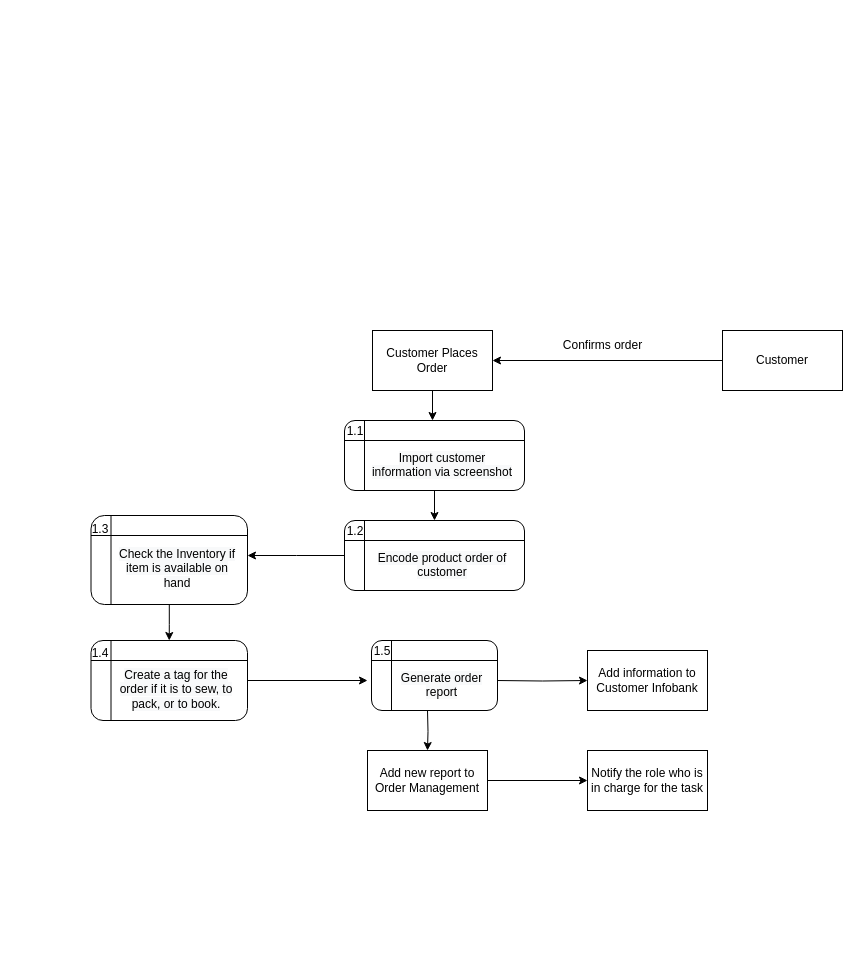
Earlier version of the draw.io diagram page "Revision Level 2 DFD (Order Queue List)" (3 of 9) of DFD DIAGRAMS.drawio (BryanFabellore/Team_SPOTLIGHT). Source tidied: cells renumbered, new cells numbered last; positions are measured from the earlier drawing's top-left corner, leaving out a move shared by most shapes. Both pictures are drawn from the tidied source at 100%, with x=0, y=0 at pixel (87, 330).
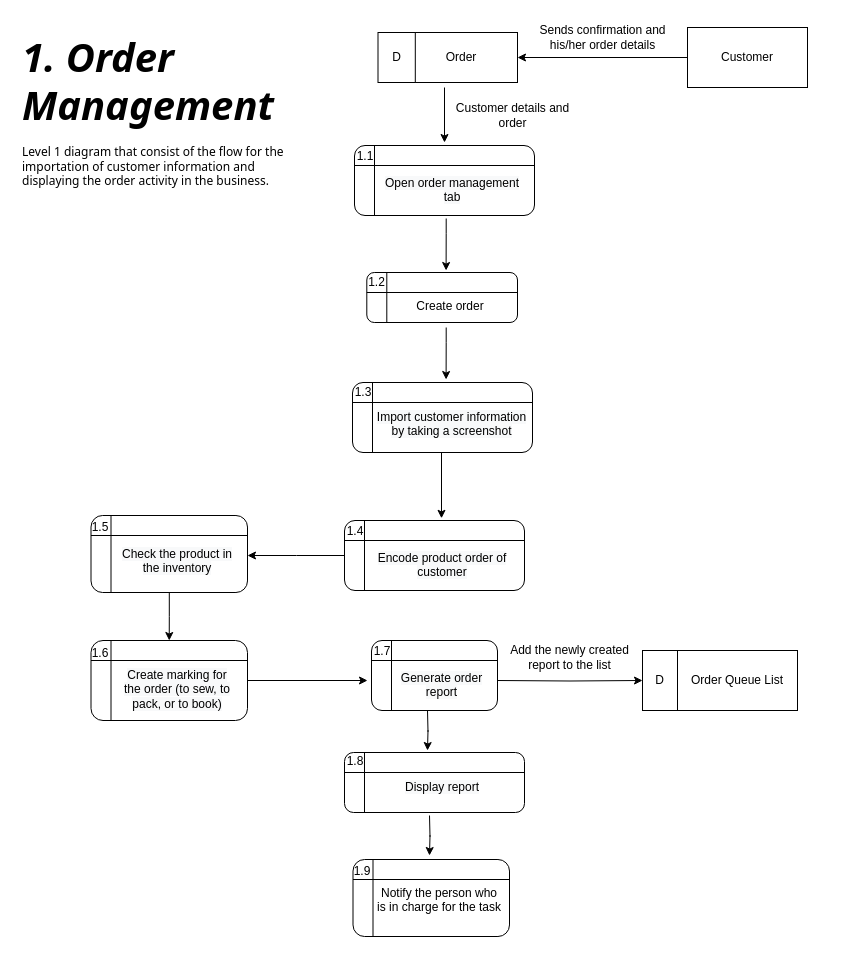
The same page after the edit.

The change refers to these unchanged cells:
```xml
<mxCell id="14" style="shape=internalStorage;whiteSpace=wrap;html=1;backgroundOutline=1;rounded=1;strokeColor=default;fontFamily=Helvetica;fontSize=12;fontColor=default;fillColor=#FFFFFF;" parent="13" vertex="1">
  <mxGeometry x="4" width="180" height="70" as="geometry" />
</mxCell>
<mxCell id="17" style="group;" parent="1" vertex="1">
  <mxGeometry x="253" y="190" width="184" height="70" as="geometry" />
</mxCell>
<mxCell id="18" style="shape=internalStorage;whiteSpace=wrap;html=1;backgroundOutline=1;rounded=1;strokeColor=default;fontFamily=Helvetica;fontSize=12;fontColor=default;fillColor=#FFFFFF;" parent="17" vertex="1">
  <mxGeometry x="4" width="180" height="70" as="geometry" />
</mxCell>
<mxCell id="26" style="group;" parent="1" vertex="1">
  <mxGeometry y="310" width="160" height="80" as="geometry" />
</mxCell>
```

Change to the diagram source:
```diff
@@
-    <mxCell id="2" style="edgeStyle=orthogonalEdgeStyle;rounded=0;jettySize=auto;html=1;exitX=0.5;exitY=1;exitDx=0;exitDy=0;entryX=0.5;entryY=0;entryDx=0;entryDy=0;" parent="1" edge="1" source="3">
-      <mxGeometry relative="1" as="geometry">
-        <mxPoint x="345" y="90" as="targetPoint" />
-      </mxGeometry>
-    </mxCell>
-    <mxCell id="3" value="Customer Places Order" style="rounded=0;whiteSpace=wrap;html=1;strokeColor=default;fontFamily=Helvetica;fontSize=12;fontColor=default;fillColor=#FFFFFF;" parent="1" vertex="1">
-      <mxGeometry x="285" width="120" height="60" as="geometry" />
-    </mxCell>
+    <mxCell id="36" style="edgeStyle=orthogonalEdgeStyle;rounded=0;orthogonalLoop=1;jettySize=auto;html=1;exitX=0.5;exitY=1;exitDx=0;exitDy=0;" parent="1" edge="1">
+      <mxGeometry relative="1" as="geometry">
+        <mxPoint x="357" y="-243" as="sourcePoint" />
+        <mxPoint x="357" y="-188" as="targetPoint" />
+      </mxGeometry>
+    </mxCell>
-    <mxCell id="4" style="edgeStyle=orthogonalEdgeStyle;rounded=0;jettySize=auto;html=1;exitX=0.5;exitY=1;exitDx=0;exitDy=0;entryX=0.5;entryY=0;entryDx=0;entryDy=0;" parent="1" edge="1" target="6">
+    <mxCell id="4" style="edgeStyle=orthogonalEdgeStyle;rounded=0;orthogonalLoop=1;jettySize=auto;html=1;exitX=0.5;exitY=1;exitDx=0;exitDy=0;entryX=0.5;entryY=0;entryDx=0;entryDy=0;" parent="1" edge="1">
       <mxGeometry relative="1" as="geometry">
         <mxPoint x="340" y="380" as="sourcePoint" />
+        <mxPoint x="340" y="420" as="targetPoint" />
       </mxGeometry>
     </mxCell>
-    <mxCell id="5" style="edgeStyle=orthogonalEdgeStyle;rounded=0;jettySize=auto;html=1;exitX=1;exitY=0.5;exitDx=0;exitDy=0;entryX=0;entryY=0.5;entryDx=0;entryDy=0;" parent="1" edge="1" source="6" target="9">
-      <mxGeometry relative="1" as="geometry" />
-    </mxCell>
-    <mxCell id="6" value="Add new report to Order Management" style="rounded=0;whiteSpace=wrap;html=1;strokeColor=default;fontFamily=Helvetica;fontSize=12;fontColor=default;fillColor=#FFFFFF;" parent="1" vertex="1">
-      <mxGeometry x="280" y="420" width="120" height="60" as="geometry" />
-    </mxCell>
@@
-    <mxCell id="8" value="Add information to Customer Infobank" style="rounded=0;whiteSpace=wrap;html=1;strokeColor=default;fontFamily=Helvetica;fontSize=12;fontColor=default;fillColor=#FFFFFF;" parent="1" vertex="1">
-      <mxGeometry x="500" y="320" width="120" height="60" as="geometry" />
+    <mxCell id="8" value="D" style="rounded=0;whiteSpace=wrap;html=1;strokeColor=default;fontFamily=Helvetica;fontSize=12;fontColor=default;fillColor=#FFFFFF;align=center;" parent="1" vertex="1">
+      <mxGeometry x="555" y="320" width="35" height="60" as="geometry" />
     </mxCell>
-    <mxCell id="9" value="Notify the role who is in charge for the task" style="rounded=0;whiteSpace=wrap;html=1;strokeColor=default;fontFamily=Helvetica;fontSize=12;fontColor=default;fillColor=#FFFFFF;" parent="1" vertex="1">
-      <mxGeometry x="500" y="420" width="120" height="60" as="geometry" />
-    </mxCell>
@@
-    <mxCell id="11" value="1.5" style="text;html=1;strokeColor=none;fillColor=none;align=center;verticalAlign=middle;whiteSpace=wrap;rounded=0;" parent="1" vertex="1">
+    <mxCell id="11" value="1.7" style="text;html=1;strokeColor=none;fillColor=none;align=center;verticalAlign=middle;whiteSpace=wrap;rounded=0;" parent="1" vertex="1">
       <mxGeometry x="280" y="311" width="30" height="20" as="geometry" />
     </mxCell>
@@
     <mxCell id="13" style="group;" parent="1" vertex="1">
-      <mxGeometry x="253" y="90" width="184" height="70" as="geometry" />
+      <mxGeometry x="263" y="-185" width="184" height="70" as="geometry" />
     </mxCell>
@@
-    <mxCell id="16" value="&lt;span style=&quot;color: rgb(0, 0, 0); font-family: Helvetica; font-size: 12px; font-style: normal; font-variant-ligatures: normal; font-variant-caps: normal; font-weight: 400; letter-spacing: normal; orphans: 2; text-indent: 0px; text-transform: none; widows: 2; word-spacing: 0px; -webkit-text-stroke-width: 0px; background-color: rgb(248, 249, 250); text-decoration-thickness: initial; text-decoration-style: initial; text-decoration-color: initial; float: none; display: inline !important;&quot;&gt;Import customer information via screenshot&lt;/span&gt;" style="text;whiteSpace=wrap;html=1;align=center;" parent="13" vertex="1">
+    <mxCell id="16" value="&lt;span style=&quot;color: rgb(0, 0, 0); font-family: Helvetica; font-size: 12px; font-style: normal; font-variant-ligatures: normal; font-variant-caps: normal; font-weight: 400; letter-spacing: normal; orphans: 2; text-indent: 0px; text-transform: none; widows: 2; word-spacing: 0px; -webkit-text-stroke-width: 0px; background-color: rgb(248, 249, 250); text-decoration-thickness: initial; text-decoration-style: initial; text-decoration-color: initial; float: none; display: inline !important;&quot;&gt;Open order management tab&lt;/span&gt;" style="text;whiteSpace=wrap;html=1;align=center;" parent="13" vertex="1">
       <mxGeometry x="27" y="24" width="150" height="40" as="geometry" />
     </mxCell>
@@
-    <mxCell id="19" value="1.2" style="text;html=1;strokeColor=none;fillColor=none;align=center;verticalAlign=middle;whiteSpace=wrap;rounded=0;" parent="17" vertex="1">
+    <mxCell id="19" value="1.4" style="text;html=1;strokeColor=none;fillColor=none;align=center;verticalAlign=middle;whiteSpace=wrap;rounded=0;" parent="17" vertex="1">
       <mxGeometry y="1" width="30" height="20" as="geometry" />
     </mxCell>
@@
-    <mxCell id="21" style="edgeStyle=orthogonalEdgeStyle;rounded=0;jettySize=auto;html=1;exitX=0.5;exitY=1;exitDx=0;exitDy=0;entryX=0.5;entryY=0;entryDx=0;entryDy=0;" parent="1" edge="1" source="14" target="18">
-      <mxGeometry relative="1" as="geometry" />
-    </mxCell>
     <mxCell id="22" style="group;" parent="1" vertex="1">
-      <mxGeometry y="185" width="160" height="89" as="geometry" />
+      <mxGeometry y="185" width="160" height="77" as="geometry" />
     </mxCell>
     <mxCell id="23" style="shape=internalStorage;whiteSpace=wrap;html=1;backgroundOutline=1;rounded=1;strokeColor=default;fontFamily=Helvetica;fontSize=12;fontColor=default;fillColor=#FFFFFF;" parent="22" vertex="1">
-      <mxGeometry x="3.5" width="156.5" height="89" as="geometry" />
+      <mxGeometry x="3.5" width="156.5" height="77" as="geometry" />
     </mxCell>
-    <mxCell id="24" value="1.3" style="text;html=1;strokeColor=none;fillColor=none;align=center;verticalAlign=middle;whiteSpace=wrap;rounded=0;" parent="22" vertex="1">
-      <mxGeometry y="1.3" width="26.1" height="25.4" as="geometry" />
+    <mxCell id="24" value="1.5" style="text;html=1;strokeColor=none;fillColor=none;align=center;verticalAlign=middle;whiteSpace=wrap;rounded=0;" parent="22" vertex="1">
+      <mxGeometry y="1.1" width="26.1" height="22" as="geometry" />
     </mxCell>
-    <mxCell id="25" value="&lt;span style=&quot;color: rgb(0, 0, 0); font-family: Helvetica; font-size: 12px; font-style: normal; font-variant-ligatures: normal; font-variant-caps: normal; font-weight: 400; letter-spacing: normal; orphans: 2; text-indent: 0px; text-transform: none; widows: 2; word-spacing: 0px; -webkit-text-stroke-width: 0px; background-color: rgb(248, 249, 250); text-decoration-thickness: initial; text-decoration-style: initial; text-decoration-color: initial; float: none; display: inline !important;&quot;&gt;Check the Inventory if item is available on hand&lt;/span&gt;" style="text;whiteSpace=wrap;html=1;align=center;" parent="22" vertex="1">
-      <mxGeometry x="25.2" y="25.3" width="130.4" height="50.9" as="geometry" />
+    <mxCell id="25" value="&lt;span style=&quot;color: rgb(0, 0, 0); font-family: Helvetica; font-size: 12px; font-style: normal; font-variant-ligatures: normal; font-variant-caps: normal; font-weight: 400; letter-spacing: normal; orphans: 2; text-indent: 0px; text-transform: none; widows: 2; word-spacing: 0px; -webkit-text-stroke-width: 0px; background-color: rgb(248, 249, 250); text-decoration-thickness: initial; text-decoration-style: initial; text-decoration-color: initial; float: none; display: inline !important;&quot;&gt;Check the product in the inventory&lt;/span&gt;" style="text;whiteSpace=wrap;html=1;align=center;" parent="22" vertex="1">
+      <mxGeometry x="25.2" y="24.9" width="130.4" height="44" as="geometry" />
     </mxCell>
@@
-    <mxCell id="28" value="1.4" style="text;html=1;strokeColor=none;fillColor=none;align=center;verticalAlign=middle;whiteSpace=wrap;rounded=0;" parent="26" vertex="1">
+    <mxCell id="28" value="1.6" style="text;html=1;strokeColor=none;fillColor=none;align=center;verticalAlign=middle;whiteSpace=wrap;rounded=0;" parent="26" vertex="1">
       <mxGeometry y="1.1" width="26.1" height="22.9" as="geometry" />
     </mxCell>
-    <mxCell id="29" value="&lt;span style=&quot;color: rgb(0, 0, 0); font-family: Helvetica; font-size: 12px; font-style: normal; font-variant-ligatures: normal; font-variant-caps: normal; font-weight: 400; letter-spacing: normal; orphans: 2; text-indent: 0px; text-transform: none; widows: 2; word-spacing: 0px; -webkit-text-stroke-width: 0px; background-color: rgb(248, 249, 250); text-decoration-thickness: initial; text-decoration-style: initial; text-decoration-color: initial; float: none; display: inline !important;&quot;&gt;Create a tag for the order if it is to sew, to pack, or to book.&lt;/span&gt;" style="text;whiteSpace=wrap;html=1;align=center;" parent="26" vertex="1">
+    <mxCell id="29" value="&lt;span style=&quot;color: rgb(0, 0, 0); font-family: Helvetica; font-size: 12px; font-style: normal; font-variant-ligatures: normal; font-variant-caps: normal; font-weight: 400; letter-spacing: normal; orphans: 2; text-indent: 0px; text-transform: none; widows: 2; word-spacing: 0px; -webkit-text-stroke-width: 0px; background-color: rgb(248, 249, 250); text-decoration-thickness: initial; text-decoration-style: initial; text-decoration-color: initial; float: none; display: inline !important;&quot;&gt;Create marking for the order (to sew, to pack, or to book)&lt;/span&gt;" style="text;whiteSpace=wrap;html=1;align=center;" parent="26" vertex="1">
       <mxGeometry x="31.5" y="21.4" width="115.7" height="45.7" as="geometry" />
     </mxCell>
@@
-    <mxCell id="33" style="edgeStyle=orthogonalEdgeStyle;rounded=0;jettySize=auto;html=1;" parent="1" edge="1" source="34" target="3">
-      <mxGeometry relative="1" as="geometry" />
+    <mxCell id="33" style="edgeStyle=orthogonalEdgeStyle;rounded=0;jettySize=auto;html=1;" parent="1" edge="1" source="34">
+      <mxGeometry relative="1" as="geometry">
+        <mxPoint x="430" y="-273" as="targetPoint" />
+      </mxGeometry>
     </mxCell>
     <mxCell id="34" value="Customer" style="rounded=0;whiteSpace=wrap;html=1;strokeColor=default;fontFamily=Helvetica;fontSize=12;fontColor=default;fillColor=#FFFFFF;" parent="1" vertex="1">
-      <mxGeometry x="635" width="120" height="60" as="geometry" />
+      <mxGeometry x="600" y="-303" width="120" height="60" as="geometry" />
     </mxCell>
-    <mxCell id="35" value="Confirms order" style="text;html=1;align=center;verticalAlign=middle;strokeColor=none;fillColor=none;" parent="1" vertex="1">
-      <mxGeometry x="465" width="100" height="30" as="geometry" />
+    <mxCell id="35" value="Sends confirmation and&lt;br&gt;his/her order details" style="text;html=1;align=center;verticalAlign=middle;strokeColor=none;fillColor=none;" parent="1" vertex="1">
+      <mxGeometry x="440" y="-313" width="150" height="40" as="geometry" />
     </mxCell>
+    <mxCell id="37" value="Customer details and &lt;br&gt;order" style="text;html=1;align=center;verticalAlign=middle;strokeColor=none;fillColor=none;" parent="1" vertex="1">
+      <mxGeometry x="355" y="-235.5" width="140" height="40" as="geometry" />
+    </mxCell>
+    <mxCell id="38" style="group;" parent="1" vertex="1">
+      <mxGeometry x="290.5" y="-298" width="139.5" height="50" as="geometry" />
+    </mxCell>
+    <mxCell id="39" value="Order" style="rounded=0;whiteSpace=wrap;html=1;strokeColor=default;fontFamily=Helvetica;fontSize=12;fontColor=default;fillColor=#FFFFFF;" parent="38" vertex="1">
+      <mxGeometry x="27.5" width="112" height="50" as="geometry" />
+    </mxCell>
+    <mxCell id="40" value="D" style="rounded=0;whiteSpace=wrap;html=1;strokeColor=default;fontFamily=Helvetica;fontSize=12;fontColor=default;fillColor=#FFFFFF;" parent="38" vertex="1">
+      <mxGeometry width="37.3" height="50" as="geometry" />
+    </mxCell>
+    <mxCell id="41" value="Add the newly created&lt;br&gt;report to the list" style="text;html=1;align=center;verticalAlign=middle;strokeColor=none;fillColor=none;" parent="1" vertex="1">
+      <mxGeometry x="412" y="307" width="140" height="40" as="geometry" />
+    </mxCell>
+    <mxCell id="42" value="Order Queue List" style="rounded=0;whiteSpace=wrap;html=1;strokeColor=default;fontFamily=Helvetica;fontSize=12;fontColor=default;fillColor=#FFFFFF;" parent="1" vertex="1">
+      <mxGeometry x="590" y="320" width="120" height="60" as="geometry" />
+    </mxCell>
+    <mxCell id="43" value="&lt;h1&gt;&lt;i&gt;&lt;font face=&quot;Tahoma&quot; style=&quot;font-size: 40px;&quot;&gt;1. Order Management&lt;/font&gt;&lt;/i&gt;&lt;/h1&gt;&lt;p&gt;&lt;font face=&quot;Tahoma&quot;&gt;Level 1 diagram that consist of&amp;nbsp;the flow for the importation of customer information and displaying the order activity in the business.&lt;/font&gt;&lt;/p&gt;" style="text;html=1;strokeColor=none;fillColor=none;spacing=5;spacingTop=-20;whiteSpace=wrap;overflow=hidden;rounded=0;" parent="1" vertex="1">
+      <mxGeometry x="-70" y="-303" width="290" height="175" as="geometry" />
+    </mxCell>
+    <mxCell id="44" style="group;" parent="1" vertex="1">
+      <mxGeometry x="261" y="52" width="184" height="70" as="geometry" />
+    </mxCell>
+    <mxCell id="45" style="shape=internalStorage;whiteSpace=wrap;html=1;backgroundOutline=1;rounded=1;strokeColor=default;fontFamily=Helvetica;fontSize=12;fontColor=default;fillColor=#FFFFFF;" parent="44" vertex="1">
+      <mxGeometry x="4" width="180" height="70" as="geometry" />
+    </mxCell>
+    <mxCell id="46" value="1.3" style="text;html=1;strokeColor=none;fillColor=none;align=center;verticalAlign=middle;whiteSpace=wrap;rounded=0;" parent="44" vertex="1">
+      <mxGeometry y="0.9" width="30" height="17.5" as="geometry" />
+    </mxCell>
+    <mxCell id="47" value="&lt;span style=&quot;color: rgb(0, 0, 0); font-family: Helvetica; font-size: 12px; font-style: normal; font-variant-ligatures: normal; font-variant-caps: normal; font-weight: 400; letter-spacing: normal; orphans: 2; text-indent: 0px; text-transform: none; widows: 2; word-spacing: 0px; -webkit-text-stroke-width: 0px; background-color: rgb(248, 249, 250); text-decoration-thickness: initial; text-decoration-style: initial; text-decoration-color: initial; float: none; display: inline !important;&quot;&gt;Import customer information by taking a screenshot&lt;/span&gt;" style="text;whiteSpace=wrap;html=1;align=center;" parent="44" vertex="1">
+      <mxGeometry x="27" y="21" width="153" height="35" as="geometry" />
+    </mxCell>
+    <mxCell id="48" style="edgeStyle=orthogonalEdgeStyle;rounded=0;orthogonalLoop=1;jettySize=auto;html=1;exitX=0.5;exitY=1;exitDx=0;exitDy=0;entryX=0.45;entryY=-0.003;entryDx=0;entryDy=0;entryPerimeter=0;" parent="1" edge="1">
+      <mxGeometry relative="1" as="geometry">
+        <mxPoint x="354" y="122" as="sourcePoint" />
+        <mxPoint x="354" y="187.8" as="targetPoint" />
+      </mxGeometry>
+    </mxCell>
+    <mxCell id="49" style="group;" parent="1" vertex="1">
+      <mxGeometry x="276" y="-58" width="154" height="50" as="geometry" />
+    </mxCell>
+    <mxCell id="50" style="shape=internalStorage;whiteSpace=wrap;html=1;backgroundOutline=1;rounded=1;strokeColor=default;fontFamily=Helvetica;fontSize=12;fontColor=default;fillColor=#FFFFFF;" parent="49" vertex="1">
+      <mxGeometry x="3.3" width="150.7" height="50" as="geometry" />
+    </mxCell>
+    <mxCell id="51" value="1.2" style="text;html=1;strokeColor=none;fillColor=none;align=center;verticalAlign=middle;whiteSpace=wrap;rounded=0;" parent="49" vertex="1">
+      <mxGeometry x="1" y="3.6" width="25.1" height="12.5" as="geometry" />
+    </mxCell>
+    <mxCell id="52" value="Create order" style="text;whiteSpace=wrap;html=1;align=center;" parent="49" vertex="1">
+      <mxGeometry x="22.6" y="20" width="128.1" height="25" as="geometry" />
+    </mxCell>
+    <mxCell id="53" style="edgeStyle=orthogonalEdgeStyle;rounded=0;orthogonalLoop=1;jettySize=auto;html=1;fontFamily=Tahoma;fontSize=40;" parent="1" edge="1">
+      <mxGeometry relative="1" as="geometry">
+        <mxPoint x="358.7" y="-112" as="sourcePoint" />
+        <mxPoint x="358.6" y="-60" as="targetPoint" />
+        <Array as="points">
+          <mxPoint x="359" y="-97" />
+          <mxPoint x="359" y="-97" />
+        </Array>
+      </mxGeometry>
+    </mxCell>
+    <mxCell id="54" style="edgeStyle=orthogonalEdgeStyle;rounded=0;orthogonalLoop=1;jettySize=auto;html=1;fontFamily=Tahoma;fontSize=40;" parent="1" edge="1">
+      <mxGeometry relative="1" as="geometry">
+        <mxPoint x="358.7" y="-3" as="sourcePoint" />
+        <mxPoint x="358.6" y="49" as="targetPoint" />
+        <Array as="points">
+          <mxPoint x="359" y="12" />
+          <mxPoint x="359" y="12" />
+        </Array>
+      </mxGeometry>
+    </mxCell>
+    <mxCell id="55" style="group;" parent="1" vertex="1">
+      <mxGeometry x="253" y="422" width="184" height="60" as="geometry" />
+    </mxCell>
+    <mxCell id="56" style="shape=internalStorage;whiteSpace=wrap;html=1;backgroundOutline=1;rounded=1;strokeColor=default;fontFamily=Helvetica;fontSize=12;fontColor=default;fillColor=#FFFFFF;" parent="55" vertex="1">
+      <mxGeometry x="4" width="180" height="60" as="geometry" />
+    </mxCell>
+    <mxCell id="57" value="1.8" style="text;html=1;strokeColor=none;fillColor=none;align=center;verticalAlign=middle;whiteSpace=wrap;rounded=0;" parent="55" vertex="1">
+      <mxGeometry y="0.9" width="30" height="17.1" as="geometry" />
+    </mxCell>
+    <mxCell id="58" value="&lt;span style=&quot;color: rgb(0, 0, 0); font-family: Helvetica; font-size: 12px; font-style: normal; font-variant-ligatures: normal; font-variant-caps: normal; font-weight: 400; letter-spacing: normal; orphans: 2; text-indent: 0px; text-transform: none; widows: 2; word-spacing: 0px; -webkit-text-stroke-width: 0px; background-color: rgb(248, 249, 250); text-decoration-thickness: initial; text-decoration-style: initial; text-decoration-color: initial; float: none; display: inline !important;&quot;&gt;Display report&lt;/span&gt;" style="text;whiteSpace=wrap;html=1;align=center;" parent="55" vertex="1">
+      <mxGeometry x="27" y="20.6" width="150" height="34.3" as="geometry" />
+    </mxCell>
+    <mxCell id="59" style="group;" parent="1" vertex="1">
+      <mxGeometry x="262" y="529" width="160" height="77" as="geometry" />
+    </mxCell>
+    <mxCell id="60" style="shape=internalStorage;whiteSpace=wrap;html=1;backgroundOutline=1;rounded=1;strokeColor=default;fontFamily=Helvetica;fontSize=12;fontColor=default;fillColor=#FFFFFF;" parent="59" vertex="1">
+      <mxGeometry x="3.5" width="156.5" height="77" as="geometry" />
+    </mxCell>
+    <mxCell id="61" value="1.9" style="text;html=1;strokeColor=none;fillColor=none;align=center;verticalAlign=middle;whiteSpace=wrap;rounded=0;" parent="59" vertex="1">
+      <mxGeometry y="1.1" width="26.1" height="22" as="geometry" />
+    </mxCell>
+    <mxCell id="62" value="Notify the person who is in charge for the task" style="text;whiteSpace=wrap;html=1;align=center;" parent="59" vertex="1">
+      <mxGeometry x="25.2" y="20" width="130.4" height="48.9" as="geometry" />
+    </mxCell>
+    <mxCell id="63" style="edgeStyle=orthogonalEdgeStyle;rounded=0;orthogonalLoop=1;jettySize=auto;html=1;exitX=0.5;exitY=1;exitDx=0;exitDy=0;entryX=0.5;entryY=0;entryDx=0;entryDy=0;" parent="1" edge="1">
+      <mxGeometry relative="1" as="geometry">
+        <mxPoint x="342" y="485" as="sourcePoint" />
+        <mxPoint x="342" y="525" as="targetPoint" />
+      </mxGeometry>
+    </mxCell>
```
